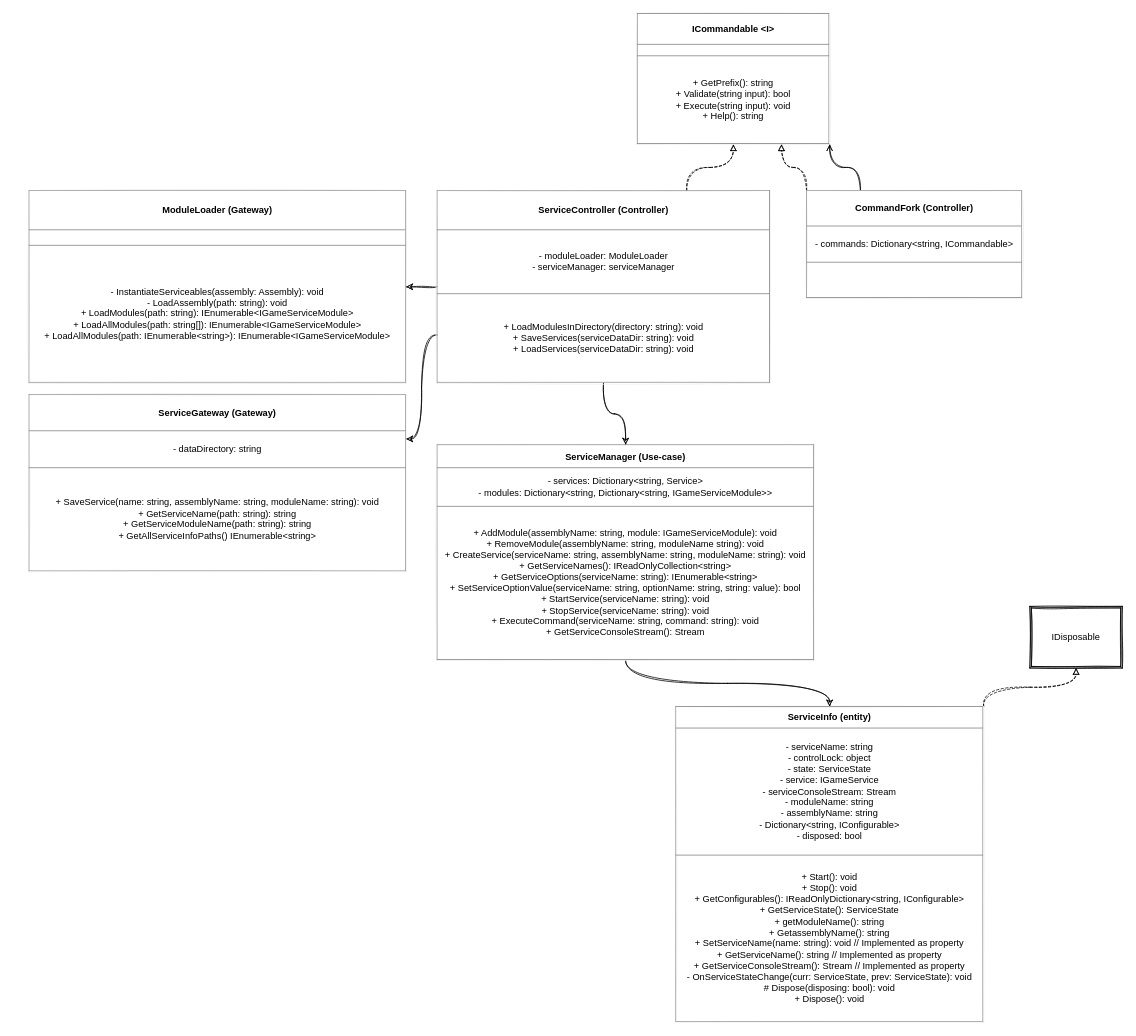
Earlier version of the draw.io diagram src/GameServiceWarden.Host/UMLSketch.drawio (RealYHD/gameservicewarden). Source tidied: cells renumbered, new cells numbered last; positions are measured from the earlier drawing's top-left corner, leaving out a move shared by most shapes. Both pictures are drawn from the tidied source at 77%, with x=0, y=0 at pixel (28, 13).
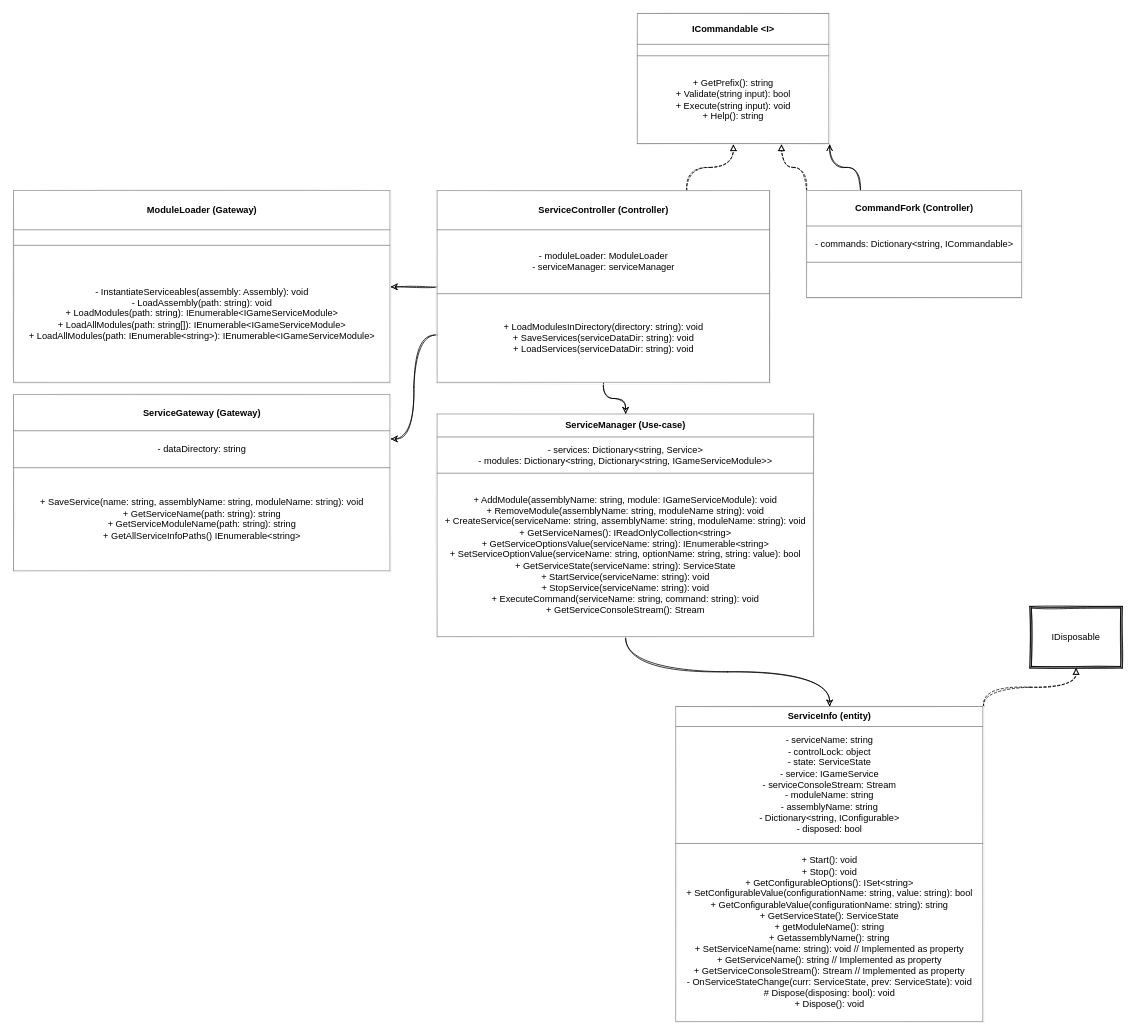
The same page after the edit.

Commit message (it also covers changes not shown here):
ServiceManager completed and ServiceInfo modified to increase encapsulation.

Diff of the diagram source:
```diff
@@
 <mxGraphModel>
   <root>
     <mxCell id="0" />
     <mxCell id="1" parent="0" />
     <mxCell id="2" style="edgeStyle=orthogonalEdgeStyle;jettySize=auto;html=1;entryX=0.5;entryY=1;entryDx=0;entryDy=0;jumpStyle=none;dashed=1;endArrow=block;endFill=0;exitX=1;exitY=0;exitDx=0;exitDy=0;sketch=1;curved=1;" parent="1" edge="1" source="3" target="6">
       <mxGeometry relative="1" as="geometry" />
     </mxCell>
-    <mxCell id="3" value="&lt;table border=&quot;1&quot; width=&quot;100%&quot; cellpadding=&quot;4&quot; style=&quot;width: 100% ; height: 100% ; border-collapse: collapse&quot;&gt;&lt;tbody&gt;&lt;tr&gt;&lt;th align=&quot;center&quot;&gt;ServiceInfo (entity)&lt;/th&gt;&lt;/tr&gt;&lt;tr&gt;&lt;td align=&quot;center&quot;&gt;- serviceName: string&lt;br&gt;- controlLock: object&lt;br&gt;- state: ServiceState&lt;br&gt;- service: IGameService&lt;br&gt;- serviceConsoleStream: Stream&lt;br&gt;- moduleName: string&lt;br&gt;- assemblyName: string&lt;br&gt;- Dictionary&amp;lt;string, IConfigurable&amp;gt;&lt;br&gt;- disposed: bool&lt;/td&gt;&lt;/tr&gt;&lt;tr&gt;&lt;td align=&quot;center&quot;&gt;+ Start(): void&lt;br&gt;+ Stop(): void&lt;br&gt;+ GetConfigurables(): IReadOnlyDictionary&amp;lt;string, IConfigurable&amp;gt;&lt;br&gt;+ GetServiceState(): ServiceState&lt;br&gt;+ getModuleName(): string&lt;br&gt;+ GetassemblyName(): string&lt;br&gt;+ SetServiceName(name: string): void // Implemented as property&lt;br&gt;+ GetServiceName(): string // Implemented as property&lt;br&gt;+ GetServiceConsoleStream(): Stream // Implemented as property&lt;br&gt;- OnServiceStateChange(curr: ServiceState,&amp;nbsp;prev: ServiceState): void&lt;br&gt;# Dispose(disposing: bool): void&lt;br&gt;+ Dispose(): void&lt;br&gt;&lt;/td&gt;&lt;/tr&gt;&lt;/tbody&gt;&lt;/table&gt;" style="text;html=1;fillColor=none;overflow=fill;strokeColor=#f0f0f0;sketch=1;" parent="1" vertex="1">
+    <mxCell id="3" value="&lt;table border=&quot;1&quot; width=&quot;100%&quot; cellpadding=&quot;4&quot; style=&quot;width: 100% ; height: 100% ; border-collapse: collapse&quot;&gt;&lt;tbody&gt;&lt;tr&gt;&lt;th align=&quot;center&quot;&gt;ServiceInfo (entity)&lt;/th&gt;&lt;/tr&gt;&lt;tr&gt;&lt;td align=&quot;center&quot;&gt;- serviceName: string&lt;br&gt;- controlLock: object&lt;br&gt;- state: ServiceState&lt;br&gt;- service: IGameService&lt;br&gt;- serviceConsoleStream: Stream&lt;br&gt;- moduleName: string&lt;br&gt;- assemblyName: string&lt;br&gt;- Dictionary&amp;lt;string, IConfigurable&amp;gt;&lt;br&gt;- disposed: bool&lt;/td&gt;&lt;/tr&gt;&lt;tr&gt;&lt;td align=&quot;center&quot;&gt;+ Start(): void&lt;br&gt;+ Stop(): void&lt;br&gt;+ GetConfigurableOptions(): ISet&amp;lt;string&amp;gt;&lt;br&gt;+ SetConfigurableValue(configurationName: string, value: string): bool&lt;br&gt;+ GetConfigurableValue(configurationName: string): string&lt;br&gt;+ GetServiceState(): ServiceState&lt;br&gt;+ getModuleName(): string&lt;br&gt;+ GetassemblyName(): string&lt;br&gt;+ SetServiceName(name: string): void // Implemented as property&lt;br&gt;+ GetServiceName(): string // Implemented as property&lt;br&gt;+ GetServiceConsoleStream(): Stream // Implemented as property&lt;br&gt;- OnServiceStateChange(curr: ServiceState,&amp;nbsp;prev: ServiceState): void&lt;br&gt;# Dispose(disposing: bool): void&lt;br&gt;+ Dispose(): void&lt;br&gt;&lt;/td&gt;&lt;/tr&gt;&lt;/tbody&gt;&lt;/table&gt;" style="text;html=1;fillColor=none;overflow=fill;strokeColor=#f0f0f0;sketch=1;" parent="1" vertex="1">
       <mxGeometry x="840" y="900" width="400" height="410" as="geometry" />
     </mxCell>
     <mxCell id="4" style="edgeStyle=orthogonalEdgeStyle;jettySize=auto;html=1;exitX=0.5;exitY=1;exitDx=0;exitDy=0;entryX=0.5;entryY=0;entryDx=0;entryDy=0;fontStyle=1;sketch=1;curved=1;" parent="1" edge="1" source="5" target="3">
       <mxGeometry relative="1" as="geometry" />
     </mxCell>
-    <mxCell id="5" value="&lt;table border=&quot;1&quot; width=&quot;100%&quot; cellpadding=&quot;4&quot; style=&quot;width: 100% ; height: 100% ; border-collapse: collapse&quot;&gt;&lt;tbody&gt;&lt;tr&gt;&lt;th align=&quot;center&quot;&gt;ServiceManager (Use-case)&lt;/th&gt;&lt;/tr&gt;&lt;tr&gt;&lt;td align=&quot;center&quot;&gt;- services: Dictionary&amp;lt;string, Service&amp;gt;&lt;br&gt;- modules: Dictionary&amp;lt;string, Dictionary&amp;lt;string, IGameServiceModule&amp;gt;&amp;gt;&lt;/td&gt;&lt;/tr&gt;&lt;tr&gt;&lt;td align=&quot;center&quot;&gt;+ AddModule(assemblyName: string, module: IGameServiceModule): void&lt;br&gt;+ RemoveModule(assemblyName: string, moduleName string): void&lt;br&gt;+ CreateService(serviceName: string, assemblyName: string, moduleName: string): void&lt;br&gt;+ GetServiceNames(): IReadOnlyCollection&amp;lt;string&amp;gt;&lt;br&gt;+ GetServiceOptions(serviceName: string): IEnumerable&amp;lt;string&amp;gt;&lt;br&gt;+ SetServiceOptionValue(serviceName: string, optionName: string, string: value): bool&lt;br&gt;+ StartService(serviceName: string): void&lt;br&gt;+ StopService(serviceName: string): void&lt;br&gt;+ ExecuteCommand(serviceName: string, command: string): void&lt;br&gt;+ GetServiceConsoleStream(): Stream&lt;/td&gt;&lt;/tr&gt;&lt;/tbody&gt;&lt;/table&gt;" style="text;html=1;fillColor=none;overflow=fill;strokeColor=#f0f0f0;sketch=1;" parent="1" vertex="1">
-      <mxGeometry x="530" y="560" width="490" height="280" as="geometry" />
+    <mxCell id="5" value="&lt;table border=&quot;1&quot; width=&quot;100%&quot; cellpadding=&quot;4&quot; style=&quot;width: 100% ; height: 100% ; border-collapse: collapse&quot;&gt;&lt;tbody&gt;&lt;tr&gt;&lt;th align=&quot;center&quot;&gt;ServiceManager (Use-case)&lt;/th&gt;&lt;/tr&gt;&lt;tr&gt;&lt;td align=&quot;center&quot;&gt;- services: Dictionary&amp;lt;string, Service&amp;gt;&lt;br&gt;- modules: Dictionary&amp;lt;string, Dictionary&amp;lt;string, IGameServiceModule&amp;gt;&amp;gt;&lt;/td&gt;&lt;/tr&gt;&lt;tr&gt;&lt;td align=&quot;center&quot;&gt;+ AddModule(assemblyName: string, module: IGameServiceModule): void&lt;br&gt;+ RemoveModule(assemblyName: string, moduleName string): void&lt;br&gt;+ CreateService(serviceName: string, assemblyName: string, moduleName: string): void&lt;br&gt;+ GetServiceNames(): IReadOnlyCollection&amp;lt;string&amp;gt;&lt;br&gt;+ GetServiceOptionsValue(serviceName: string): IEnumerable&amp;lt;string&amp;gt;&lt;br&gt;+ SetServiceOptionValue(serviceName: string, optionName: string, string: value): bool&lt;br&gt;+ GetServiceState(serviceName: string): ServiceState&lt;br&gt;+ StartService(serviceName: string): void&lt;br&gt;+ StopService(serviceName: string): void&lt;br&gt;+ ExecuteCommand(serviceName: string, command: string): void&lt;br&gt;+ GetServiceConsoleStream(): Stream&lt;/td&gt;&lt;/tr&gt;&lt;/tbody&gt;&lt;/table&gt;" style="text;html=1;fillColor=none;overflow=fill;strokeColor=#f0f0f0;sketch=1;" parent="1" vertex="1">
+      <mxGeometry x="530" y="520" width="490" height="290" as="geometry" />
     </mxCell>
     <mxCell id="6" value="IDisposable" style="shape=ext;double=1;whiteSpace=wrap;html=1;sketch=1;" parent="1" vertex="1">
       <mxGeometry x="1300" y="770" width="120" height="80" as="geometry" />
     </mxCell>
     <mxCell id="7" value="&lt;table border=&quot;1&quot; width=&quot;100%&quot; cellpadding=&quot;4&quot; style=&quot;width: 100% ; height: 100% ; border-collapse: collapse&quot;&gt;&lt;tbody&gt;&lt;tr&gt;&lt;th align=&quot;center&quot;&gt;ModuleLoader (Gateway)&lt;/th&gt;&lt;/tr&gt;&lt;tr&gt;&lt;td align=&quot;center&quot;&gt;&lt;/td&gt;&lt;/tr&gt;&lt;tr&gt;&lt;td align=&quot;center&quot;&gt;- InstantiateServiceables(assembly: Assembly): void&lt;br&gt;- LoadAssembly(path: string): void&lt;br&gt;+ LoadModules(path: string): IEnumerable&amp;lt;IGameServiceModule&amp;gt;&lt;br&gt;+ LoadAllModules(path: string[]): IEnumerable&amp;lt;IGameServiceModule&amp;gt;&lt;br&gt;+ LoadAllModules(path: IEnumerable&amp;lt;string&amp;gt;): IEnumerable&amp;lt;IGameServiceModule&amp;gt;&lt;br&gt;&lt;/td&gt;&lt;/tr&gt;&lt;/tbody&gt;&lt;/table&gt;" style="text;html=1;fillColor=none;overflow=fill;strokeColor=#f0f0f0;sketch=1;" parent="1" vertex="1">
-      <mxGeometry y="230" width="490" height="250" as="geometry" />
+      <mxGeometry x="-20" y="230" width="490" height="250" as="geometry" />
     </mxCell>
     <mxCell id="8" style="edgeStyle=orthogonalEdgeStyle;jettySize=auto;html=1;exitX=0.75;exitY=0;exitDx=0;exitDy=0;entryX=0.5;entryY=1;entryDx=0;entryDy=0;dashed=1;endArrow=block;endFill=0;sketch=1;curved=1;" parent="1" edge="1" source="12" target="14">
       <mxGeometry relative="1" as="geometry" />
     </mxCell>
     <mxCell id="9" style="edgeStyle=orthogonalEdgeStyle;jettySize=auto;html=1;exitX=0.5;exitY=1;exitDx=0;exitDy=0;entryX=0.5;entryY=0;entryDx=0;entryDy=0;sketch=1;curved=1;" parent="1" edge="1" source="12" target="5">
       <mxGeometry relative="1" as="geometry" />
     </mxCell>
     <mxCell id="10" style="edgeStyle=orthogonalEdgeStyle;jettySize=auto;html=1;exitX=0;exitY=0.5;exitDx=0;exitDy=0;entryX=1;entryY=0.5;entryDx=0;entryDy=0;sketch=1;curved=1;" parent="1" edge="1" source="12" target="7">
       <mxGeometry relative="1" as="geometry" />
     </mxCell>
     <mxCell id="11" style="edgeStyle=orthogonalEdgeStyle;jettySize=auto;html=1;exitX=0;exitY=0.75;exitDx=0;exitDy=0;entryX=1;entryY=0.25;entryDx=0;entryDy=0;sketch=1;curved=1;" parent="1" edge="1" source="12" target="13">
       <mxGeometry relative="1" as="geometry" />
     </mxCell>
     <mxCell id="12" value="&lt;table border=&quot;1&quot; width=&quot;100%&quot; cellpadding=&quot;4&quot; style=&quot;width: 100% ; height: 100% ; border-collapse: collapse&quot;&gt;&lt;tbody&gt;&lt;tr&gt;&lt;th align=&quot;center&quot;&gt;ServiceController (Controller)&lt;/th&gt;&lt;/tr&gt;&lt;tr&gt;&lt;td align=&quot;center&quot;&gt;- moduleLoader: ModuleLoader&lt;br&gt;- serviceManager: serviceManager&lt;/td&gt;&lt;/tr&gt;&lt;tr&gt;&lt;td align=&quot;center&quot;&gt;+ LoadModulesInDirectory(directory: string): void&lt;br&gt;+ SaveServices(serviceDataDir: string): void&lt;br&gt;+ LoadServices(serviceDataDir: string): void&lt;/td&gt;&lt;/tr&gt;&lt;/tbody&gt;&lt;/table&gt;" style="text;html=1;fillColor=none;overflow=fill;strokeColor=#f0f0f0;sketch=1;" parent="1" vertex="1">
       <mxGeometry x="530" y="230" width="432.5" height="250" as="geometry" />
     </mxCell>
     <mxCell id="13" value="&lt;table border=&quot;1&quot; width=&quot;100%&quot; cellpadding=&quot;4&quot; style=&quot;width: 100% ; height: 100% ; border-collapse: collapse&quot;&gt;&lt;tbody&gt;&lt;tr&gt;&lt;th align=&quot;center&quot;&gt;ServiceGateway (Gateway)&lt;/th&gt;&lt;/tr&gt;&lt;tr&gt;&lt;td align=&quot;center&quot;&gt;- dataDirectory: string&lt;/td&gt;&lt;/tr&gt;&lt;tr&gt;&lt;td align=&quot;center&quot;&gt;+ SaveService(name: string, assemblyName: string, moduleName: string): void&lt;br&gt;+ GetServiceName(path: string): string&lt;br&gt;+ GetServiceModuleName(path: string): string&lt;br&gt;+ GetAllServiceInfoPaths() IEnumerable&amp;lt;string&amp;gt;&lt;/td&gt;&lt;/tr&gt;&lt;/tbody&gt;&lt;/table&gt;" style="text;html=1;fillColor=none;overflow=fill;strokeColor=#f0f0f0;sketch=1;" parent="1" vertex="1">
-      <mxGeometry y="495" width="490" height="230" as="geometry" />
+      <mxGeometry x="-20" y="495" width="490" height="230" as="geometry" />
     </mxCell>
     <mxCell id="14" value="&lt;table border=&quot;1&quot; width=&quot;100%&quot; cellpadding=&quot;4&quot; style=&quot;width: 100% ; height: 100% ; border-collapse: collapse&quot;&gt;&lt;tbody&gt;&lt;tr&gt;&lt;th align=&quot;center&quot;&gt;ICommandable &amp;lt;I&amp;gt;&lt;/th&gt;&lt;/tr&gt;&lt;tr&gt;&lt;td align=&quot;center&quot;&gt;&lt;/td&gt;&lt;/tr&gt;&lt;tr&gt;&lt;td align=&quot;center&quot;&gt;+ GetPrefix(): string&lt;br&gt;+ Validate(string input): bool&lt;br&gt;+ Execute(string input): void&lt;br&gt;+ Help(): string&lt;/td&gt;&lt;/tr&gt;&lt;/tbody&gt;&lt;/table&gt;" style="text;html=1;fillColor=none;overflow=fill;strokeColor=#f0f0f0;sketch=1;" parent="1" vertex="1">
       <mxGeometry x="790" width="250" height="170" as="geometry" />
     </mxCell>
     <mxCell id="15" style="edgeStyle=orthogonalEdgeStyle;jettySize=auto;html=1;exitX=0;exitY=0;exitDx=0;exitDy=0;entryX=0.75;entryY=1;entryDx=0;entryDy=0;dashed=1;endArrow=block;endFill=0;sketch=1;curved=1;" parent="1" edge="1" source="17" target="14">
       <mxGeometry relative="1" as="geometry" />
     </mxCell>
     <mxCell id="16" style="edgeStyle=orthogonalEdgeStyle;jettySize=auto;html=1;exitX=0.25;exitY=0;exitDx=0;exitDy=0;entryX=1;entryY=1;entryDx=0;entryDy=0;endArrow=open;endFill=0;sketch=1;curved=1;" parent="1" edge="1" source="17" target="14">
       <mxGeometry relative="1" as="geometry" />
     </mxCell>
     <mxCell id="17" value="&lt;table border=&quot;1&quot; width=&quot;100%&quot; cellpadding=&quot;4&quot; style=&quot;width: 100% ; height: 100% ; border-collapse: collapse&quot;&gt;&lt;tbody&gt;&lt;tr&gt;&lt;th align=&quot;center&quot;&gt;CommandFork (Controller)&lt;/th&gt;&lt;/tr&gt;&lt;tr&gt;&lt;td align=&quot;center&quot;&gt;- commands: Dictionary&amp;lt;string, ICommandable&amp;gt;&lt;/td&gt;&lt;/tr&gt;&lt;tr&gt;&lt;td align=&quot;center&quot;&gt;&lt;br&gt;&lt;/td&gt;&lt;/tr&gt;&lt;/tbody&gt;&lt;/table&gt;" style="text;html=1;fillColor=none;overflow=fill;strokeColor=#f0f0f0;sketch=1;" parent="1" vertex="1">
       <mxGeometry x="1010" y="230" width="280" height="140" as="geometry" />
     </mxCell>
   </root>
 </mxGraphModel>
```
